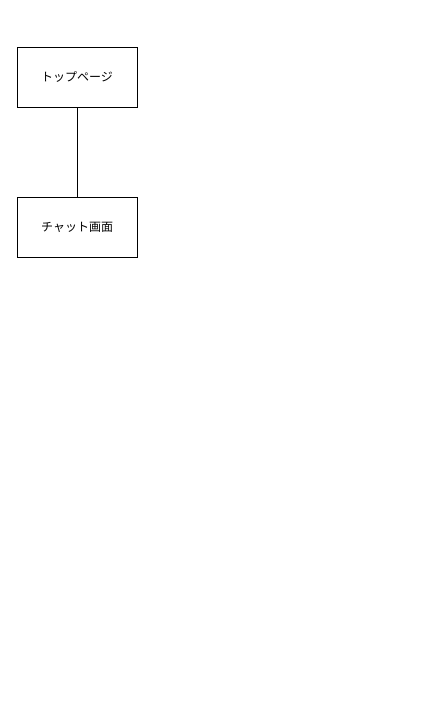
This is Web-site/frontend/sitemap.drawio from KorRyu3/TriPal, a draw.io file, before an edit. Source tidied: cells renumbered, new cells numbered last; positions are measured from the earlier drawing's top-left corner, leaving out a move shared by most shapes. Both pictures are drawn from the tidied source at 100%, with x=0, y=0 at pixel (17, 47).
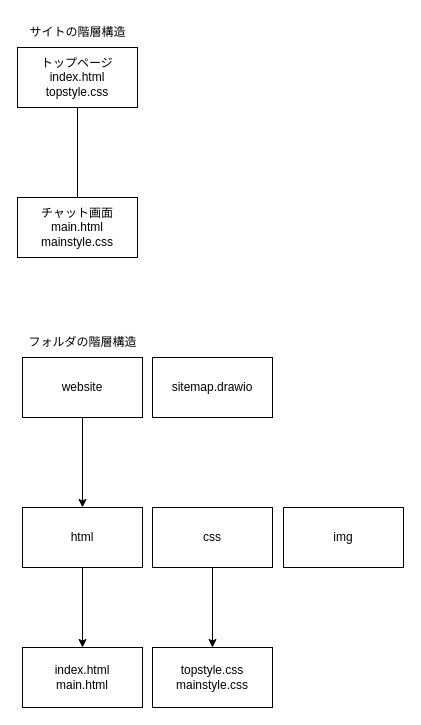
The same page after the edit.

Diff of the diagram source:
```diff
@@
 <mxGraphModel>
   <root>
     <mxCell id="0" />
     <mxCell id="1" parent="0" />
-    <mxCell id="2" value="トップページ" style="rounded=0;whiteSpace=wrap;html=1;" parent="1" vertex="1">
+    <mxCell id="2" value="トップページ&lt;br&gt;index.html&lt;br&gt;topstyle.css" style="rounded=0;whiteSpace=wrap;html=1;" parent="1" vertex="1">
       <mxGeometry width="120" height="60" as="geometry" />
     </mxCell>
-    <mxCell id="3" value="チャット画面" style="rounded=0;whiteSpace=wrap;html=1;" parent="1" vertex="1">
+    <mxCell id="3" value="チャット画面&lt;br&gt;main.html&lt;br&gt;mainstyle.css" style="rounded=0;whiteSpace=wrap;html=1;" parent="1" vertex="1">
       <mxGeometry y="150" width="120" height="60" as="geometry" />
     </mxCell>
     <mxCell id="4" style="endArrow=none;html=1;entryX=0.5;entryY=1;entryDx=0;entryDy=0;exitX=0.5;exitY=0;exitDx=0;exitDy=0;" parent="1" edge="1" source="3" target="2">
       <mxGeometry relative="1" as="geometry" />
     </mxCell>
+    <mxCell id="5" value="サイトの階層構造" style="text;html=1;align=center;verticalAlign=middle;strokeColor=none;fillColor=none;" parent="1" vertex="1">
+      <mxGeometry y="-30" width="120" height="30" as="geometry" />
+    </mxCell>
+    <mxCell id="6" value="フォルダの階層構造" style="text;html=1;align=center;verticalAlign=middle;strokeColor=none;fillColor=none;" parent="1" vertex="1">
+      <mxGeometry y="280" width="130" height="30" as="geometry" />
+    </mxCell>
+    <mxCell id="7" style="edgeStyle=none;html=1;" parent="1" edge="1" source="8" target="15">
+      <mxGeometry relative="1" as="geometry" />
+    </mxCell>
+    <mxCell id="8" value="html" style="rounded=0;whiteSpace=wrap;html=1;" parent="1" vertex="1">
+      <mxGeometry x="5" y="460" width="120" height="60" as="geometry" />
+    </mxCell>
+    <mxCell id="9" style="edgeStyle=none;html=1;" parent="1" edge="1" source="10" target="8">
+      <mxGeometry relative="1" as="geometry" />
+    </mxCell>
+    <mxCell id="10" value="website" style="rounded=0;whiteSpace=wrap;html=1;" parent="1" vertex="1">
+      <mxGeometry x="5" y="310" width="120" height="60" as="geometry" />
+    </mxCell>
+    <mxCell id="11" value="sitemap.drawio" style="rounded=0;whiteSpace=wrap;html=1;" parent="1" vertex="1">
+      <mxGeometry x="135" y="310" width="120" height="60" as="geometry" />
+    </mxCell>
+    <mxCell id="12" style="edgeStyle=none;html=1;" parent="1" edge="1" source="13" target="16">
+      <mxGeometry relative="1" as="geometry" />
+    </mxCell>
+    <mxCell id="13" value="css" style="rounded=0;whiteSpace=wrap;html=1;" parent="1" vertex="1">
+      <mxGeometry x="135" y="460" width="120" height="60" as="geometry" />
+    </mxCell>
+    <mxCell id="14" value="img" style="rounded=0;whiteSpace=wrap;html=1;" parent="1" vertex="1">
+      <mxGeometry x="266" y="460" width="120" height="60" as="geometry" />
+    </mxCell>
+    <mxCell id="15" value="index.html&lt;br&gt;main.html" style="rounded=0;whiteSpace=wrap;html=1;" parent="1" vertex="1">
+      <mxGeometry x="5" y="600" width="120" height="60" as="geometry" />
+    </mxCell>
+    <mxCell id="16" value="topstyle.css&lt;br&gt;mainstyle.css" style="rounded=0;whiteSpace=wrap;html=1;" parent="1" vertex="1">
+      <mxGeometry x="135" y="600" width="120" height="60" as="geometry" />
+    </mxCell>
   </root>
 </mxGraphModel>
```
